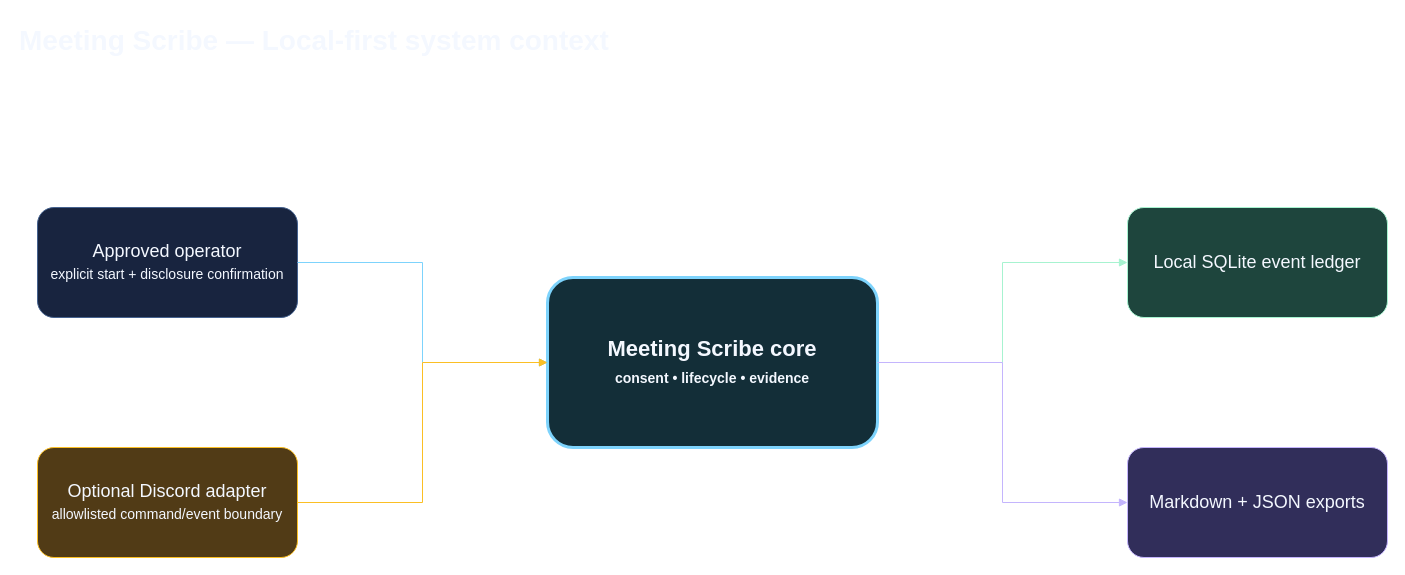
Before: page "System Context" (1 of 2) of docs/architecture/meeting-scribe-architecture.drawio in DropShock-Digital/meeting-scribe, a draw.io diagram. Source tidied: cells renumbered, new cells numbered last; positions are measured from the earlier drawing's top-left corner, leaving out a move shared by most shapes. Both pictures are drawn from the tidied source at 100%, with x=0, y=0 at pixel (17, 17).
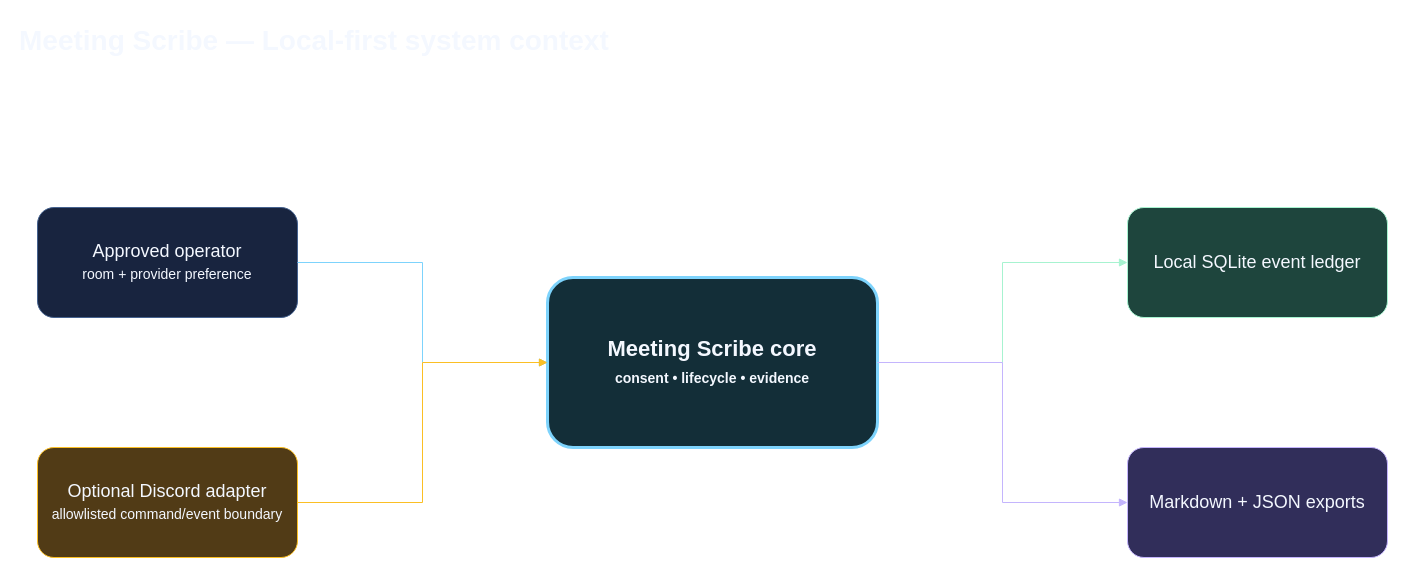
Above is the later version.

What changed in the source:
```diff
@@
 <mxGraphModel>
   <root>
     <mxCell id="0" />
     <mxCell id="1" parent="0" />
     <mxCell id="2" value="Meeting Scribe — Local-first system context" style="text;html=1;fontSize=28;fontStyle=1;fontColor=#F4F8FF;" parent="1" vertex="1">
       <mxGeometry width="800" height="50" as="geometry" />
     </mxCell>
-    <mxCell id="3" value="Approved operator&lt;br&gt;&lt;span style=&quot;font-size:14px&quot;&gt;explicit start + disclosure confirmation&lt;/span&gt;" style="rounded=1;whiteSpace=wrap;html=1;fillColor=#18243F;strokeColor=#45628F;fontColor=#F4F8FF;fontSize=18;" parent="1" vertex="1">
+    <mxCell id="3" value="Approved operator&lt;br&gt;&lt;span style=&quot;font-size:14px&quot;&gt;room + provider preference&lt;/span&gt;" style="rounded=1;whiteSpace=wrap;html=1;fillColor=#18243F;strokeColor=#45628F;fontColor=#F4F8FF;fontSize=18;" parent="1" vertex="1">
       <mxGeometry x="20" y="190" width="260" height="110" as="geometry" />
     </mxCell>
     <mxCell id="4" value="Optional Discord adapter&lt;br&gt;&lt;span style=&quot;font-size:14px&quot;&gt;allowlisted command/event boundary&lt;/span&gt;" style="rounded=1;whiteSpace=wrap;html=1;fillColor=#513B16;strokeColor=#FBBF24;fontColor=#F4F8FF;fontSize=18;" parent="1" vertex="1">
       <mxGeometry x="20" y="430" width="260" height="110" as="geometry" />
     </mxCell>
     <mxCell id="5" value="Meeting Scribe core&lt;br&gt;&lt;span style=&quot;font-size:14px&quot;&gt;consent • lifecycle • evidence&lt;/span&gt;" style="rounded=1;whiteSpace=wrap;html=1;fillColor=#132E38;strokeColor=#7DD3FC;strokeWidth=3;fontColor=#F4F8FF;fontSize=22;fontStyle=1;" parent="1" vertex="1">
       <mxGeometry x="530" y="260" width="330" height="170" as="geometry" />
     </mxCell>
     <mxCell id="6" value="Local SQLite event ledger" style="rounded=1;whiteSpace=wrap;html=1;fillColor=#1E453D;strokeColor=#A7F3D0;fontColor=#F4F8FF;fontSize=18;" parent="1" vertex="1">
       <mxGeometry x="1110" y="190" width="260" height="110" as="geometry" />
     </mxCell>
     <mxCell id="7" value="Markdown + JSON exports" style="rounded=1;whiteSpace=wrap;html=1;fillColor=#312E5A;strokeColor=#C4B5FD;fontColor=#F4F8FF;fontSize=18;" parent="1" vertex="1">
       <mxGeometry x="1110" y="430" width="260" height="110" as="geometry" />
     </mxCell>
     <mxCell id="8" style="edgeStyle=orthogonalEdgeStyle;rounded=0;html=1;strokeColor=#7DD3FC;endArrow=block;" parent="1" edge="1" source="3" target="5">
       <mxGeometry relative="1" as="geometry" />
     </mxCell>
     <mxCell id="9" style="edgeStyle=orthogonalEdgeStyle;rounded=0;html=1;strokeColor=#FBBF24;endArrow=block;" parent="1" edge="1" source="4" target="5">
       <mxGeometry relative="1" as="geometry" />
     </mxCell>
     <mxCell id="10" style="edgeStyle=orthogonalEdgeStyle;rounded=0;html=1;strokeColor=#A7F3D0;endArrow=block;" parent="1" edge="1" source="5" target="6">
       <mxGeometry relative="1" as="geometry" />
     </mxCell>
     <mxCell id="11" style="edgeStyle=orthogonalEdgeStyle;rounded=0;html=1;strokeColor=#C4B5FD;endArrow=block;" parent="1" edge="1" source="5" target="7">
       <mxGeometry relative="1" as="geometry" />
     </mxCell>
   </root>
 </mxGraphModel>
```
